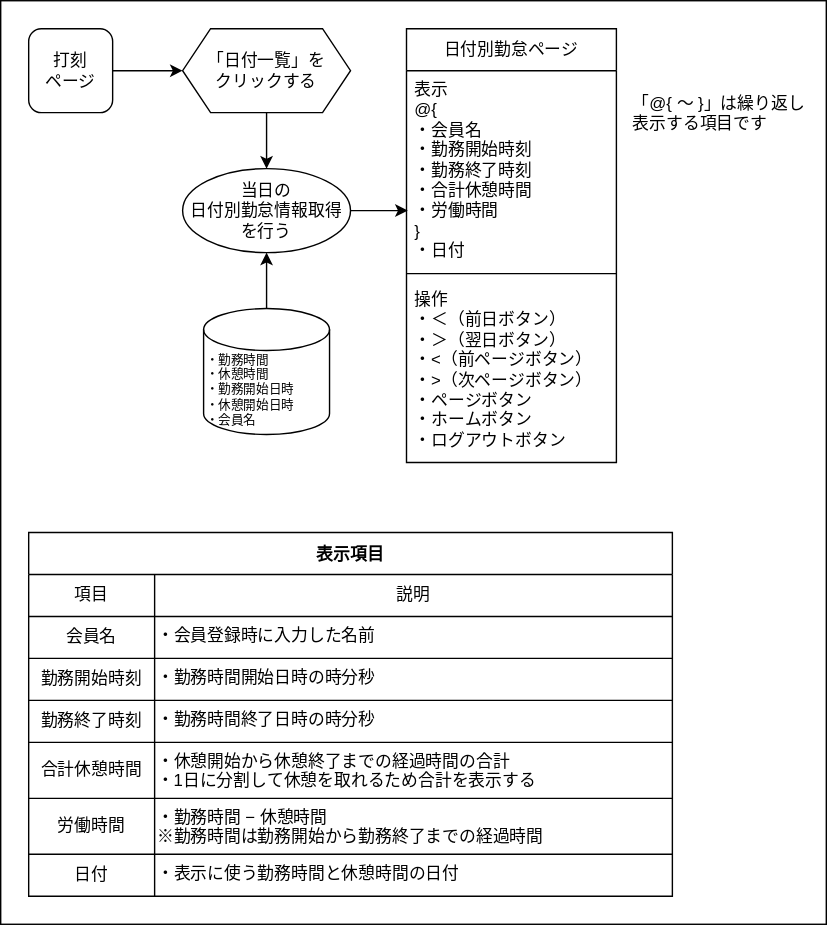
The draw.io diagram doc/画面遷移図/日付別勤怠ページ/日付別勤怠ページ.drawio.svg in ryamao/atte, before a commit. Source tidied: cells renumbered, new cells last; positions are measured from the earlier drawing's top-left corner, leaving out a move shared by most shapes.
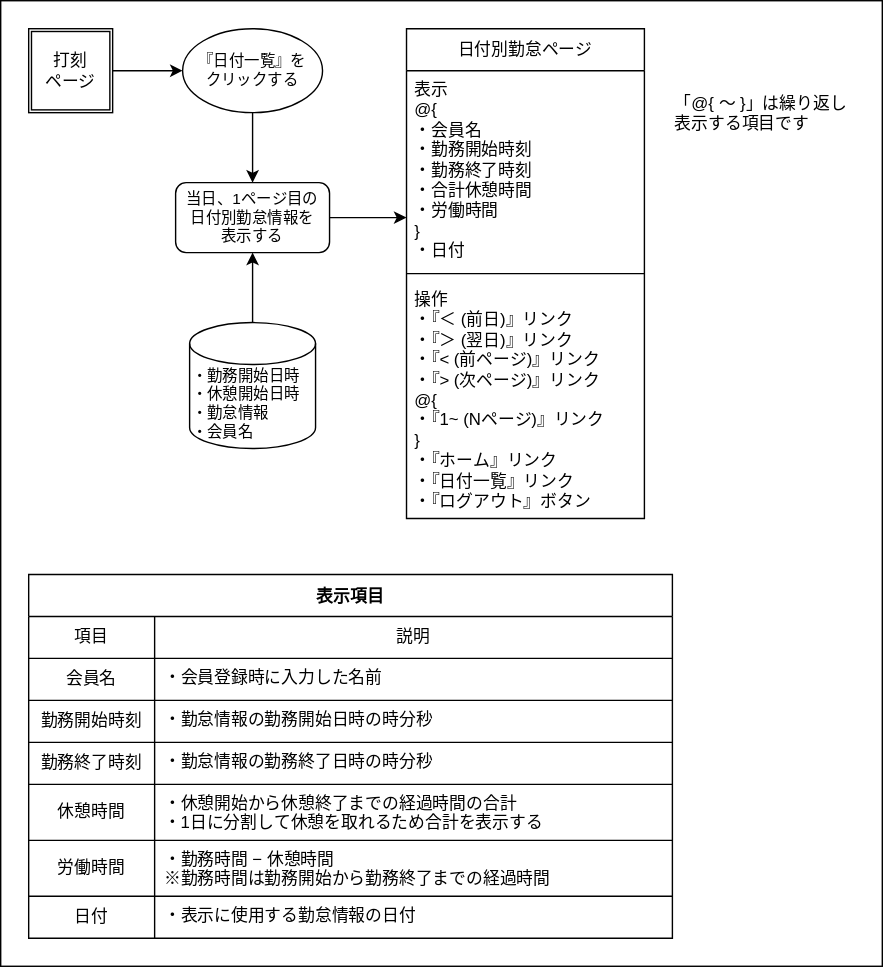
After the change.

The edit, as a diff of the source:
```diff
@@ -3,40 +3,27 @@
     <mxCell id="0" />
     <mxCell id="1" parent="0" />
     <mxCell id="2" style="rounded=0;whiteSpace=wrap;html=1;" parent="1" vertex="1">
-      <mxGeometry width="590" height="660" as="geometry" />
+      <mxGeometry width="630" height="690" as="geometry" />
     </mxCell>
-    <mxCell id="3" style="edgeStyle=none;html=1;exitX=1;exitY=0.5;exitDx=0;exitDy=0;entryX=0;entryY=0.5;entryDx=0;entryDy=0;" parent="1" edge="1" source="4" target="6">
-      <mxGeometry relative="1" as="geometry" />
-    </mxCell>
-    <mxCell id="4" value="打刻&lt;br&gt;ページ" style="rounded=1;whiteSpace=wrap;html=1;" parent="1" vertex="1">
-      <mxGeometry x="20" y="20" width="60" height="60" as="geometry" />
-    </mxCell>
-    <mxCell id="5" style="edgeStyle=none;html=1;exitX=0.5;exitY=1;exitDx=0;exitDy=0;entryX=0.5;entryY=0;entryDx=0;entryDy=0;" parent="1" edge="1" source="6" target="8">
-      <mxGeometry relative="1" as="geometry" />
-    </mxCell>
-    <mxCell id="6" value="「日付一覧」を&lt;br&gt;クリックする" style="shape=hexagon;perimeter=hexagonPerimeter2;whiteSpace=wrap;html=1;fixedSize=1;strokeWidth=1;" parent="1" vertex="1">
-      <mxGeometry x="130" y="20" width="120" height="60" as="geometry" />
-    </mxCell>
-    <mxCell id="7" style="edgeStyle=none;html=1;exitX=1;exitY=0.5;exitDx=0;exitDy=0;entryX=0.006;entryY=0.714;entryDx=0;entryDy=0;entryPerimeter=0;" parent="1" edge="1" source="8" target="10">
-      <mxGeometry relative="1" as="geometry" />
-    </mxCell>
-    <mxCell id="8" value="当日の&lt;br&gt;日付別勤怠情報取得&lt;br&gt;を行う" style="ellipse;whiteSpace=wrap;html=1;strokeWidth=1;" parent="1" vertex="1">
-      <mxGeometry x="130" y="120" width="120" height="60" as="geometry" />
-    </mxCell>
+    <mxCell id="38" style="edgeStyle=none;html=1;exitX=1;exitY=0.5;exitDx=0;exitDy=0;entryX=0;entryY=0.5;entryDx=0;entryDy=0;fontSize=11;" parent="1" edge="1" target="43">
+      <mxGeometry relative="1" as="geometry">
+        <mxPoint x="80" y="50" as="sourcePoint" />
+      </mxGeometry>
+    </mxCell>
     <mxCell id="9" value="日付別勤怠ページ" style="swimlane;fontStyle=0;horizontal=1;startSize=30;whiteSpace=wrap;html=1;" parent="1" vertex="1">
-      <mxGeometry x="290" y="20" width="150" height="310" as="geometry" />
+      <mxGeometry x="290" y="20" width="170" height="350" as="geometry" />
     </mxCell>
-    <mxCell id="10" value="表示&lt;br&gt;@{&lt;br&gt;　・会員名&lt;br&gt;　・勤務開始時刻&lt;br&gt;　・勤務終了時刻&lt;br&gt;　・合計休憩時間&lt;br&gt;　・労働時間&lt;br&gt;}&lt;br&gt;・日付" style="text;strokeColor=none;fillColor=none;align=left;verticalAlign=top;spacingLeft=4;spacingRight=4;overflow=hidden;points=[[0,0.5],[1,0.5]];portConstraint=eastwest;whiteSpace=wrap;html=1;" parent="9" vertex="1">
-      <mxGeometry y="30" width="150" height="140" as="geometry" />
+    <mxCell id="10" value="表示&lt;br&gt;@{&lt;br&gt;　・会員名&lt;br&gt;　・勤務開始時刻&lt;br&gt;　・勤務終了時刻&lt;br&gt;　・合計休憩時間&lt;br&gt;　・労働時間&lt;br&gt;}&lt;br&gt;・日付" style="text;strokeColor=none;fillColor=none;align=left;verticalAlign=top;spacingLeft=4;spacingRight=4;overflow=hidden;portConstraint=eastwest;whiteSpace=wrap;html=1;" parent="9" vertex="1">
+      <mxGeometry y="30" width="170" height="140" as="geometry" />
     </mxCell>
     <mxCell id="11" style="line;strokeWidth=1;html=1;" parent="9" vertex="1">
-      <mxGeometry y="170" width="150" height="10" as="geometry" />
+      <mxGeometry y="170" width="170" height="10" as="geometry" />
     </mxCell>
-    <mxCell id="12" value="操作&lt;br&gt;・＜（前日ボタン）&lt;br&gt;・＞（翌日ボタン）&lt;br&gt;・&amp;lt;（前ページボタン）&lt;br&gt;・&amp;gt;（次ページボタン）&lt;br&gt;・ページボタン&lt;br&gt;・ホームボタン&lt;br&gt;・ログアウトボタン" style="text;strokeColor=none;fillColor=none;align=left;verticalAlign=top;spacingLeft=4;spacingRight=4;overflow=hidden;whiteSpace=wrap;html=1;strokeWidth=1;" parent="9" vertex="1">
-      <mxGeometry y="180" width="150" height="130" as="geometry" />
+    <mxCell id="12" value="操作&lt;br&gt;・『＜ (前日)』リンク&lt;br&gt;・『＞ (翌日)』リンク&lt;br&gt;・『&amp;lt; (前ページ)』リンク&lt;br&gt;・『&amp;gt; (次ページ)』リンク&lt;br&gt;@{&lt;br&gt;　・『1~ (Nページ)』リンク&lt;br&gt;}&lt;br&gt;・『ホーム』リンク&lt;br&gt;・『日付一覧』リンク&lt;br&gt;・『ログアウト』ボタン" style="text;strokeColor=none;fillColor=none;align=left;verticalAlign=top;spacingLeft=4;spacingRight=4;overflow=hidden;whiteSpace=wrap;html=1;strokeWidth=1;" parent="9" vertex="1">
+      <mxGeometry y="180" width="170" height="170" as="geometry" />
     </mxCell>
     <mxCell id="13" value="表示項目" style="shape=table;startSize=30;fontStyle=1;align=center;" parent="1" vertex="1">
-      <mxGeometry x="20" y="380" width="460" height="260" as="geometry" />
+      <mxGeometry x="20" y="410" width="460" height="260" as="geometry" />
     </mxCell>
     <mxCell id="14" style="shape=tableRow;horizontal=0;startSize=0;swimlaneHead=0;swimlaneBody=0;top=0;left=0;bottom=0;right=0;fillColor=none;" parent="13" vertex="1">
       <mxGeometry y="30" width="460" height="30" as="geometry" />
@@ -53,7 +40,7 @@
     <mxCell id="18" value="会員名" style="shape=partialRectangle;html=1;whiteSpace=wrap;fillColor=none;top=0;left=0;bottom=0;right=0;overflow=hidden;" parent="17" vertex="1">
       <mxGeometry width="90" height="30" as="geometry" />
     </mxCell>
-    <mxCell id="19" value="・会員登録時に入力した名前" style="shape=partialRectangle;html=1;whiteSpace=wrap;fillColor=none;top=0;left=0;bottom=0;right=0;overflow=hidden;verticalAlign=top;align=left;" parent="17" vertex="1">
+    <mxCell id="19" value="・会員登録時に入力した名前" style="shape=partialRectangle;html=1;whiteSpace=wrap;fillColor=none;top=0;left=0;bottom=0;right=0;overflow=hidden;verticalAlign=top;align=left;spacingLeft=5;" parent="17" vertex="1">
       <mxGeometry x="90" width="370" height="30" as="geometry" />
     </mxCell>
     <mxCell id="20" style="shape=tableRow;horizontal=0;startSize=0;swimlaneHead=0;swimlaneBody=0;top=0;left=0;bottom=0;right=0;fillColor=none;" parent="13" vertex="1">
@@ -62,7 +49,7 @@
     <mxCell id="21" value="勤務開始時刻" style="shape=partialRectangle;html=1;whiteSpace=wrap;fillColor=none;top=0;left=0;bottom=0;right=0;overflow=hidden;" parent="20" vertex="1">
       <mxGeometry width="90" height="30" as="geometry" />
     </mxCell>
-    <mxCell id="22" value="・勤務時間開始日時の時分秒" style="shape=partialRectangle;html=1;whiteSpace=wrap;fillColor=none;top=0;left=0;bottom=0;right=0;overflow=hidden;verticalAlign=top;align=left;" parent="20" vertex="1">
+    <mxCell id="22" value="・勤怠情報の勤務開始日時の時分秒" style="shape=partialRectangle;html=1;whiteSpace=wrap;fillColor=none;top=0;left=0;bottom=0;right=0;overflow=hidden;verticalAlign=top;align=left;spacingLeft=5;" parent="20" vertex="1">
       <mxGeometry x="90" width="370" height="30" as="geometry" />
     </mxCell>
     <mxCell id="23" style="shape=tableRow;horizontal=0;startSize=0;swimlaneHead=0;swimlaneBody=0;top=0;left=0;bottom=0;right=0;fillColor=none;" parent="13" vertex="1">
@@ -71,16 +58,16 @@
     <mxCell id="24" value="勤務終了時刻" style="shape=partialRectangle;html=1;whiteSpace=wrap;fillColor=none;top=0;left=0;bottom=0;right=0;overflow=hidden;" parent="23" vertex="1">
       <mxGeometry width="90" height="30" as="geometry" />
     </mxCell>
-    <mxCell id="25" value="・勤務時間終了日時の時分秒" style="shape=partialRectangle;html=1;whiteSpace=wrap;fillColor=none;top=0;left=0;bottom=0;right=0;overflow=hidden;verticalAlign=top;align=left;" parent="23" vertex="1">
+    <mxCell id="25" value="・勤怠情報の勤務終了日時の時分秒" style="shape=partialRectangle;html=1;whiteSpace=wrap;fillColor=none;top=0;left=0;bottom=0;right=0;overflow=hidden;verticalAlign=top;align=left;spacingLeft=5;" parent="23" vertex="1">
       <mxGeometry x="90" width="370" height="30" as="geometry" />
     </mxCell>
     <mxCell id="26" style="shape=tableRow;horizontal=0;startSize=0;swimlaneHead=0;swimlaneBody=0;top=0;left=0;bottom=0;right=0;fillColor=none;" parent="13" vertex="1">
       <mxGeometry y="150" width="460" height="40" as="geometry" />
     </mxCell>
-    <mxCell id="27" value="合計休憩時間" style="shape=partialRectangle;html=1;whiteSpace=wrap;fillColor=none;top=0;left=0;bottom=0;right=0;overflow=hidden;" parent="26" vertex="1">
+    <mxCell id="27" value="休憩時間" style="shape=partialRectangle;html=1;whiteSpace=wrap;fillColor=none;top=0;left=0;bottom=0;right=0;overflow=hidden;" parent="26" vertex="1">
       <mxGeometry width="90" height="40" as="geometry" />
     </mxCell>
-    <mxCell id="28" value="・休憩開始から休憩終了までの経過時間の合計&lt;br&gt;・1日に分割して休憩を取れるため合計を表示する" style="shape=partialRectangle;html=1;whiteSpace=wrap;fillColor=none;top=0;left=0;bottom=0;right=0;overflow=hidden;verticalAlign=top;align=left;" parent="26" vertex="1">
+    <mxCell id="28" value="・休憩開始から休憩終了までの経過時間の合計&lt;br&gt;・1日に分割して休憩を取れるため合計を表示する" style="shape=partialRectangle;html=1;whiteSpace=wrap;fillColor=none;top=0;left=0;bottom=0;right=0;overflow=hidden;verticalAlign=top;align=left;spacingLeft=5;" parent="26" vertex="1">
       <mxGeometry x="90" width="370" height="40" as="geometry" />
     </mxCell>
     <mxCell id="29" style="shape=tableRow;horizontal=0;startSize=0;swimlaneHead=0;swimlaneBody=0;top=0;left=0;bottom=0;right=0;fillColor=none;" parent="13" vertex="1">
@@ -89,7 +76,7 @@
     <mxCell id="30" value="労働時間" style="shape=partialRectangle;html=1;whiteSpace=wrap;fillColor=none;top=0;left=0;bottom=0;right=0;overflow=hidden;" parent="29" vertex="1">
       <mxGeometry width="90" height="40" as="geometry" />
     </mxCell>
-    <mxCell id="31" value="・勤務時間 − 休憩時間&lt;br&gt;※勤務時間は勤務開始から勤務終了までの経過時間" style="shape=partialRectangle;html=1;whiteSpace=wrap;fillColor=none;top=0;left=0;bottom=0;right=0;overflow=hidden;verticalAlign=top;align=left;" parent="29" vertex="1">
+    <mxCell id="31" value="・勤務時間 − 休憩時間&lt;br&gt;※勤務時間は勤務開始から勤務終了までの経過時間" style="shape=partialRectangle;html=1;whiteSpace=wrap;fillColor=none;top=0;left=0;bottom=0;right=0;overflow=hidden;verticalAlign=top;align=left;spacingLeft=5;" parent="29" vertex="1">
       <mxGeometry x="90" width="370" height="40" as="geometry" />
     </mxCell>
     <mxCell id="32" style="shape=tableRow;horizontal=0;startSize=0;swimlaneHead=0;swimlaneBody=0;top=0;left=0;bottom=0;right=0;fillColor=none;" parent="13" vertex="1">
@@ -98,17 +85,32 @@
     <mxCell id="33" value="日付" style="shape=partialRectangle;html=1;whiteSpace=wrap;fillColor=none;top=0;left=0;bottom=0;right=0;overflow=hidden;" parent="32" vertex="1">
       <mxGeometry width="90" height="30" as="geometry" />
     </mxCell>
-    <mxCell id="34" value="・表示に使う勤務時間と休憩時間の日付" style="shape=partialRectangle;html=1;whiteSpace=wrap;fillColor=none;top=0;left=0;bottom=0;right=0;overflow=hidden;verticalAlign=top;align=left;" parent="32" vertex="1">
+    <mxCell id="34" value="・表示に使用する勤怠情報の日付" style="shape=partialRectangle;html=1;whiteSpace=wrap;fillColor=none;top=0;left=0;bottom=0;right=0;overflow=hidden;verticalAlign=top;align=left;spacingLeft=5;" parent="32" vertex="1">
       <mxGeometry x="90" width="370" height="30" as="geometry" />
     </mxCell>
     <mxCell id="35" value="「@{ 〜 }」は繰り返し表示する項目です" style="text;html=1;strokeColor=none;fillColor=none;align=left;verticalAlign=top;whiteSpace=wrap;rounded=0;" parent="1" vertex="1">
-      <mxGeometry x="450" y="60" width="130" height="40" as="geometry" />
+      <mxGeometry x="480" y="60" width="130" height="40" as="geometry" />
     </mxCell>
-    <mxCell id="36" style="edgeStyle=none;html=1;exitX=0.5;exitY=0;exitDx=0;exitDy=0;exitPerimeter=0;entryX=0.5;entryY=1;entryDx=0;entryDy=0;" parent="1" edge="1" source="37" target="8">
-      <mxGeometry relative="1" as="geometry" />
-    </mxCell>
+    <mxCell id="39" style="edgeStyle=none;html=1;exitX=0.5;exitY=0;exitDx=0;exitDy=0;exitPerimeter=0;fontSize=11;" parent="1" edge="1" source="37" target="41">
+      <mxGeometry relative="1" as="geometry" />
+    </mxCell>
-    <mxCell id="37" value="・勤務時間&lt;br style=&quot;font-size: 9px;&quot;&gt;・休憩時間&lt;br style=&quot;font-size: 9px;&quot;&gt;・勤務開始日時&lt;br style=&quot;font-size: 9px;&quot;&gt;・休憩開始日時&lt;br style=&quot;font-size: 9px;&quot;&gt;・会員名" style="shape=cylinder3;html=1;boundedLbl=1;backgroundOutline=1;size=15;align=left;fontSize=9;" parent="1" vertex="1">
-      <mxGeometry x="145" y="220" width="90" height="90" as="geometry" />
+    <mxCell id="37" value="・勤務開始日時&lt;br style=&quot;font-size: 11px;&quot;&gt;・休憩開始日時&lt;br style=&quot;font-size: 11px;&quot;&gt;・勤怠情報&lt;br style=&quot;font-size: 11px;&quot;&gt;・会員名" style="shape=cylinder3;html=1;boundedLbl=1;backgroundOutline=1;size=15;align=left;fontSize=11;" parent="1" vertex="1">
+      <mxGeometry x="135" y="230" width="90" height="90" as="geometry" />
     </mxCell>
+    <mxCell id="40" style="edgeStyle=none;html=1;exitX=1;exitY=0.5;exitDx=0;exitDy=0;fontSize=11;entryX=0;entryY=0.75;entryDx=0;entryDy=0;" parent="1" edge="1" source="41" target="10">
+      <mxGeometry relative="1" as="geometry" />
+    </mxCell>
+    <mxCell id="41" value="当日、1ページ目の&lt;br&gt;日付別勤怠情報を&lt;br&gt;表示する" style="rounded=1;whiteSpace=wrap;html=1;fontSize=11;" parent="1" vertex="1">
+      <mxGeometry x="125" y="130" width="110" height="50" as="geometry" />
+    </mxCell>
+    <mxCell id="42" style="edgeStyle=none;html=1;exitX=0.5;exitY=1;exitDx=0;exitDy=0;entryX=0.5;entryY=0;entryDx=0;entryDy=0;fontSize=11;" parent="1" edge="1" source="43" target="41">
+      <mxGeometry relative="1" as="geometry" />
+    </mxCell>
+    <mxCell id="43" value="『日付一覧』を&lt;br&gt;クリックする" style="ellipse;whiteSpace=wrap;html=1;fontSize=11;" parent="1" vertex="1">
+      <mxGeometry x="130" y="20" width="100" height="60" as="geometry" />
+    </mxCell>
+    <mxCell id="4" value="打刻&lt;br&gt;ページ" style="shape=ext;double=1;whiteSpace=wrap;html=1;" parent="1" vertex="1">
+      <mxGeometry x="20" y="20" width="60" height="60" as="geometry" />
+    </mxCell>
   </root>
 </mxGraphModel>
```
